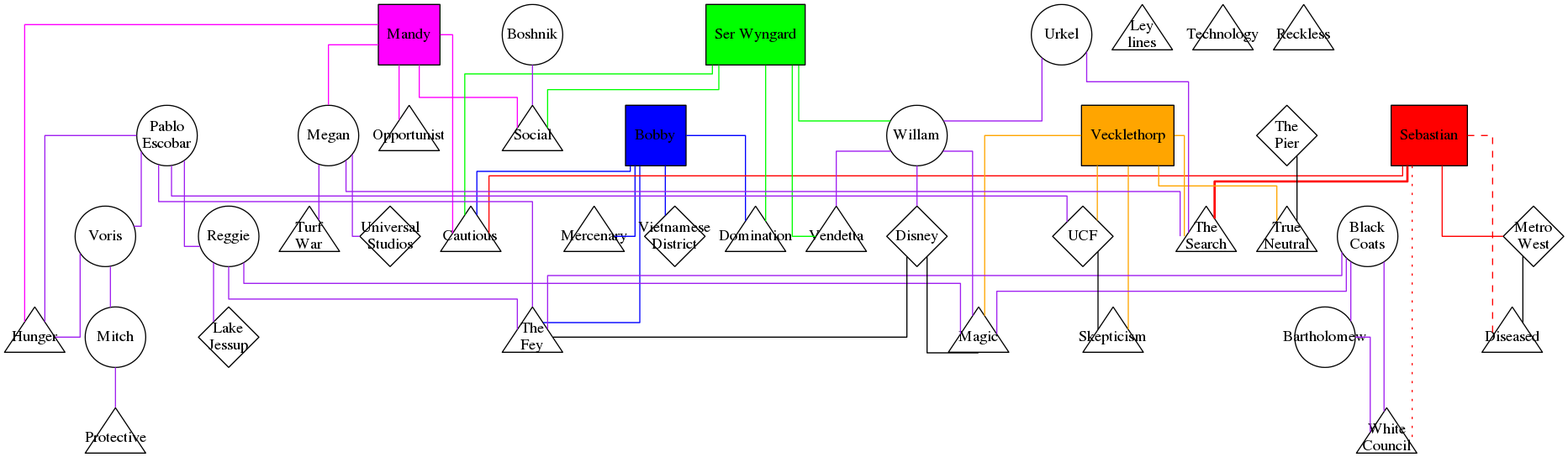
Before: might-of-aurora/might-of-aurora.png, a diagram exported from Graphviz (stevenvergenz/vergenz-dresden-map). Its source is kept beside it as might-of-aurora/might-of-aurora.dot.
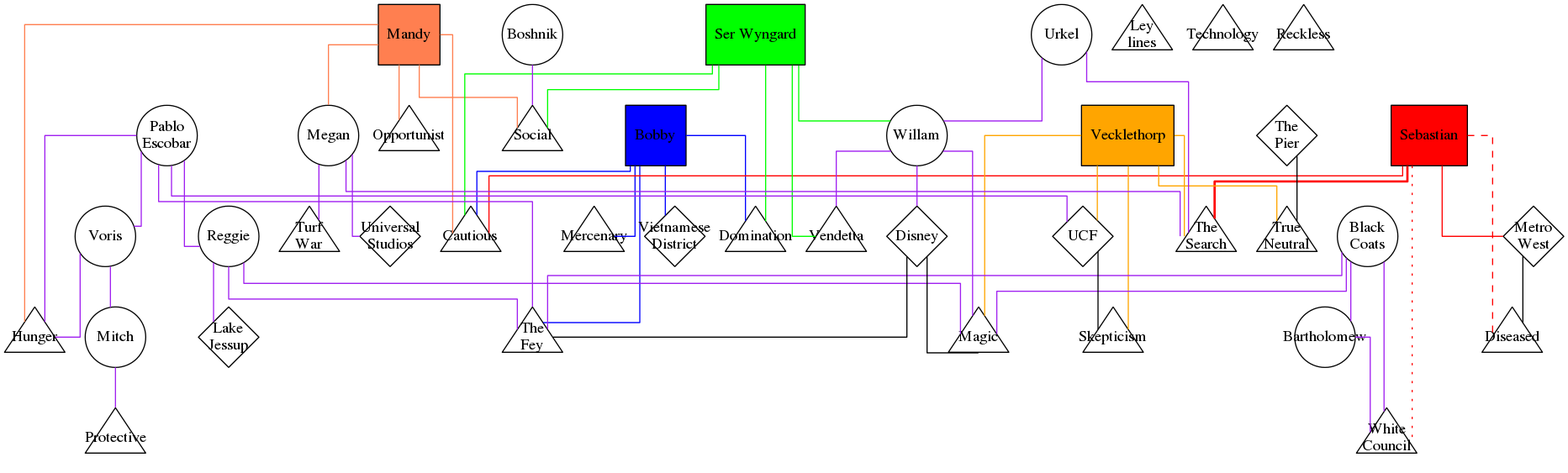
After the commit.

Commit message:
Changed Mandy's color to be more distinct from purple (NPCs)

Diff of the diagram source:
```diff
@@ -6,7 +6,7 @@
 	subgraph pcs
 	{
 		node [fixedsize="false", shape=box, style="filled"]
-		mandy [label="Mandy", fillcolor="magenta"]
+		mandy [label="Mandy", fillcolor="coral"]
 		bobby [label="Bobby", fillcolor="blue"]
 		sebastian [label="Sebastian", fillcolor="red"]
 		vecklethorp [label="Vecklethorp", fillcolor="orange"]
@@ -67,8 +67,7 @@
 
 	subgraph mandy_links
 	{
-		edge [color="magenta"]
-		mandy
+		edge [color="coral"]
 		mandy -- hunger
 		mandy -- cautious
 		mandy -- opportunist
@@ -79,7 +78,6 @@
 	subgraph bobby_links
 	{
 		edge [color="blue"]
-		bobby
 		bobby -- fey
 		bobby -- domination
 		bobby -- cautious
@@ -90,7 +88,6 @@
 	subgraph sebastian_links
 	{
 		edge [color="red"]
-		sebastian
 
 		sebastian -- search [style="bold"]
 
@@ -107,7 +104,6 @@
 	subgraph vecklethorp_links
 	{
 		edge [color="orange"]
-		vecklethorp
 		vecklethorp -- search
 		vecklethorp -- magic
 		vecklethorp -- neutral
@@ -118,7 +114,6 @@
 	subgraph wyngard_links
 	{
 		edge [color="green"]
-		wyngard
 		wyngard -- vendetta
 		wyngard -- domination
 		wyngard -- cautious
```
